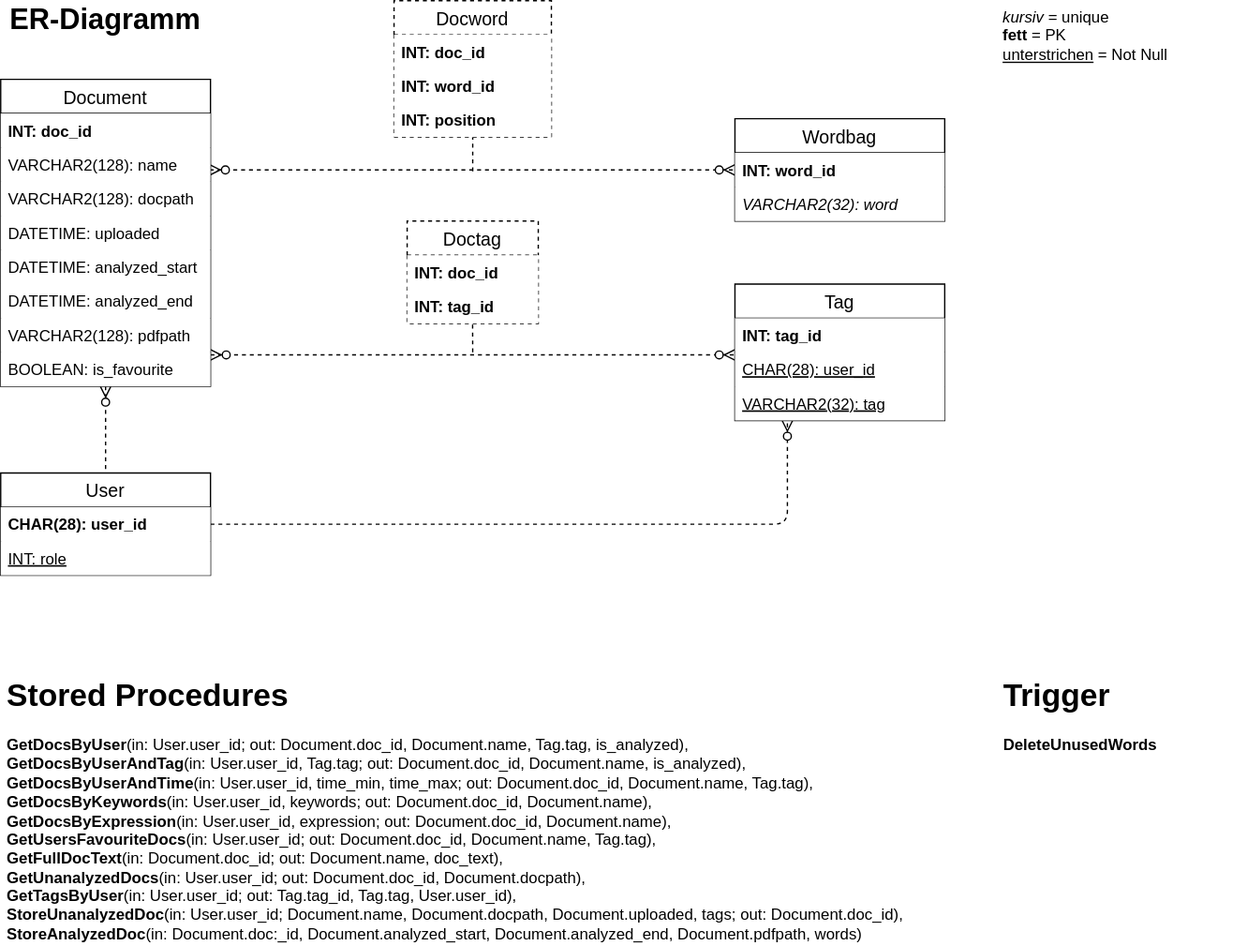
Earlier version of the draw.io export docs/Overview/resources/Diagramme/doc-ver_Diagramme-ER-Diagramm.svg (doc-ver/Doku). Source tidied: cells renumbered, new cells last; positions are measured from the earlier drawing's top-left corner, leaving out a move shared by most shapes.
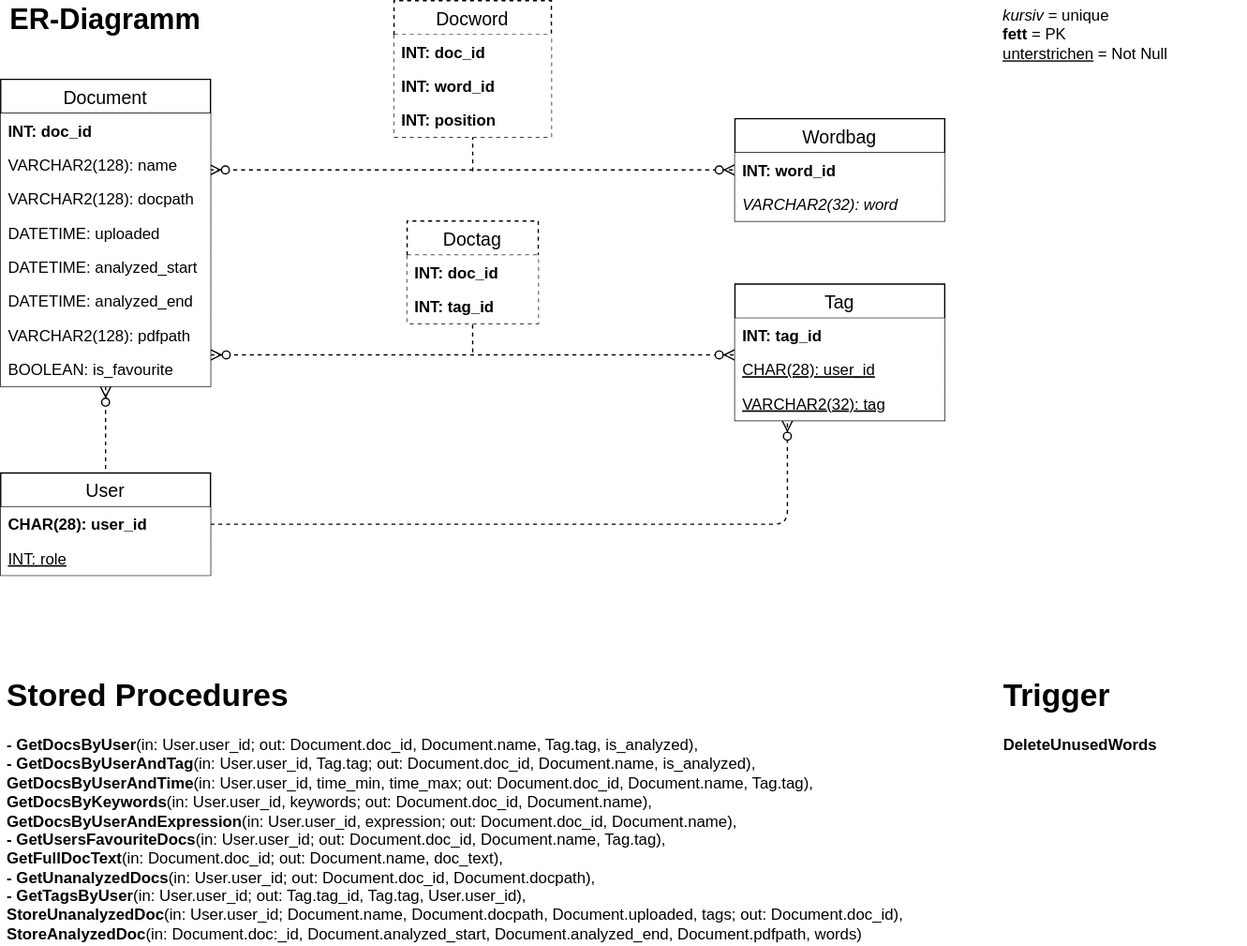
After the change.

Commit message:
Evtl. unnoetige Stored Procedures markiert

The edit, as a diff of the source:
```diff
@@ -29,7 +29,7 @@
     <mxCell id="8" style="fontSize=12;html=1;endArrow=none;endFill=0;startArrow=ERzeroToMany;exitX=0.5;exitY=1;exitDx=0;exitDy=0;dashed=1;entryX=0.5;entryY=0;entryDx=0;entryDy=0;" parent="1" edge="1" source="12" target="28">
       <mxGeometry relative="1" as="geometry" />
     </mxCell>
-    <mxCell id="9" value="&lt;h1&gt;Stored Procedures&lt;br&gt;&lt;/h1&gt;&lt;p&gt;&lt;b&gt;GetDocsByUser&lt;/b&gt;(in: User.user_id; out: Document.doc_id, Document.name, Tag.tag, is_analyzed),&lt;b&gt;&lt;br&gt;GetDocsByUserAndTag&lt;/b&gt;(in: User.user_id, Tag.tag; out: Document.doc_id, Document.name, is_analyzed),&lt;br&gt;&lt;b&gt;GetDocsByUserAndTime&lt;/b&gt;(in: User.user_id, time_min, time_max; out: Document.doc_id, Document.name, Tag.tag),&lt;b&gt;&lt;br&gt;GetDocsByKeywords&lt;/b&gt;(in: User.user_id, keywords; out: Document.doc_id, Document.name),&lt;b&gt;&lt;br&gt;GetDocsByExpression&lt;/b&gt;(in: User.user_id, expression; out: Document.doc_id, Document.name),&lt;b&gt;&lt;br&gt;GetUsersFavouriteDocs&lt;/b&gt;(in: User.user_id; out: Document.doc_id, Document.name, Tag.tag),&lt;br&gt;&lt;b&gt;GetFullDocText&lt;/b&gt;(in: Document.doc_id; out: Document.name, doc_text),&lt;br&gt;&lt;b&gt;GetUnanalyzedDocs&lt;/b&gt;(in: User.user_id; out: Document.doc_id, Document.docpath),&lt;b&gt;&lt;br&gt;GetTagsByUser&lt;/b&gt;(in: User.user_id; out: Tag.tag_id, Tag.tag, User.user_id),&lt;b&gt;&lt;b&gt;&lt;br&gt;&lt;/b&gt;StoreUnanalyzedDoc&lt;/b&gt;(in: User.user_id; Document.name, Document.docpath, Document.uploaded, tags; out: Document.doc_id),&lt;br&gt;&lt;b&gt;StoreAnalyzedDoc&lt;/b&gt;(in: Document.doc:_id, Document.analyzed_start, Document.analyzed_end, Document.pdfpath, words)&lt;br&gt;&lt;/p&gt;" style="text;html=1;strokeColor=none;fillColor=none;spacing=5;spacingTop=-20;whiteSpace=wrap;overflow=hidden;rounded=0;" parent="1" vertex="1">
+    <mxCell id="9" value="&lt;h1&gt;Stored Procedures&lt;br&gt;&lt;/h1&gt;&lt;p&gt;&lt;b&gt;- GetDocsByUser&lt;/b&gt;(in: User.user_id; out: Document.doc_id, Document.name, Tag.tag, is_analyzed),&lt;b&gt;&lt;br&gt;- GetDocsByUserAndTag&lt;/b&gt;(in: User.user_id, Tag.tag; out: Document.doc_id, Document.name, is_analyzed),&lt;br&gt;&lt;b&gt;GetDocsByUserAndTime&lt;/b&gt;(in: User.user_id, time_min, time_max; out: Document.doc_id, Document.name, Tag.tag),&lt;b&gt;&lt;br&gt;GetDocsByKeywords&lt;/b&gt;(in: User.user_id, keywords; out: Document.doc_id, Document.name),&lt;b&gt;&lt;br&gt;GetDocsByUserAndExpression&lt;/b&gt;(in: User.user_id, expression; out: Document.doc_id, Document.name),&lt;b&gt;&lt;br&gt;- GetUsersFavouriteDocs&lt;/b&gt;(in: User.user_id; out: Document.doc_id, Document.name, Tag.tag),&lt;br&gt;&lt;b&gt;GetFullDocText&lt;/b&gt;(in: Document.doc_id; out: Document.name, doc_text),&lt;br&gt;&lt;b&gt;- GetUnanalyzedDocs&lt;/b&gt;(in: User.user_id; out: Document.doc_id, Document.docpath),&lt;b&gt;&lt;br&gt;- GetTagsByUser&lt;/b&gt;(in: User.user_id; out: Tag.tag_id, Tag.tag, User.user_id),&lt;b&gt;&lt;b&gt;&lt;br&gt;&lt;/b&gt;StoreUnanalyzedDoc&lt;/b&gt;(in: User.user_id; Document.name, Document.docpath, Document.uploaded, tags; out: Document.doc_id),&lt;br&gt;&lt;b&gt;StoreAnalyzedDoc&lt;/b&gt;(in: Document.doc:_id, Document.analyzed_start, Document.analyzed_end, Document.pdfpath, words)&lt;br&gt;&lt;/p&gt;" style="text;html=1;strokeColor=none;fillColor=none;spacing=5;spacingTop=-20;whiteSpace=wrap;overflow=hidden;rounded=0;" parent="1" vertex="1">
       <mxGeometry y="510" width="710" height="210" as="geometry" />
     </mxCell>
     <mxCell id="10" style="fontSize=12;html=1;endArrow=ERzeroToMany;endFill=1;startArrow=none;exitX=1;exitY=0.5;exitDx=0;exitDy=0;dashed=1;entryX=0.25;entryY=1;entryDx=0;entryDy=0;startFill=0;" parent="1" edge="1" source="28" target="34">
```
